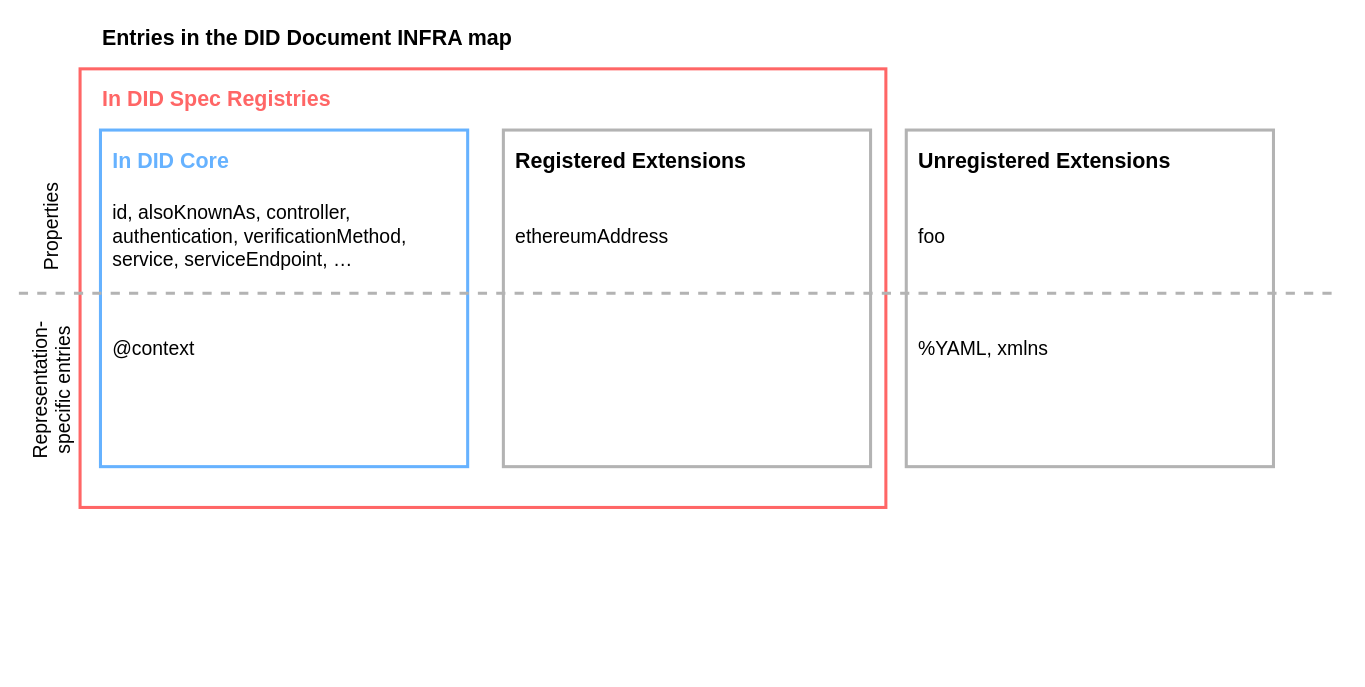
This is diagrams/diagram-did-document-entries.drawio from w3c/did-core, a draw.io file, before an edit. Source tidied: cells renumbered, new cells numbered last; positions are measured from the earlier drawing's top-left corner, leaving out a move shared by most shapes. Both pictures are drawn from the tidied source at 102%, with x=0, y=0 at pixel (-35, 17).
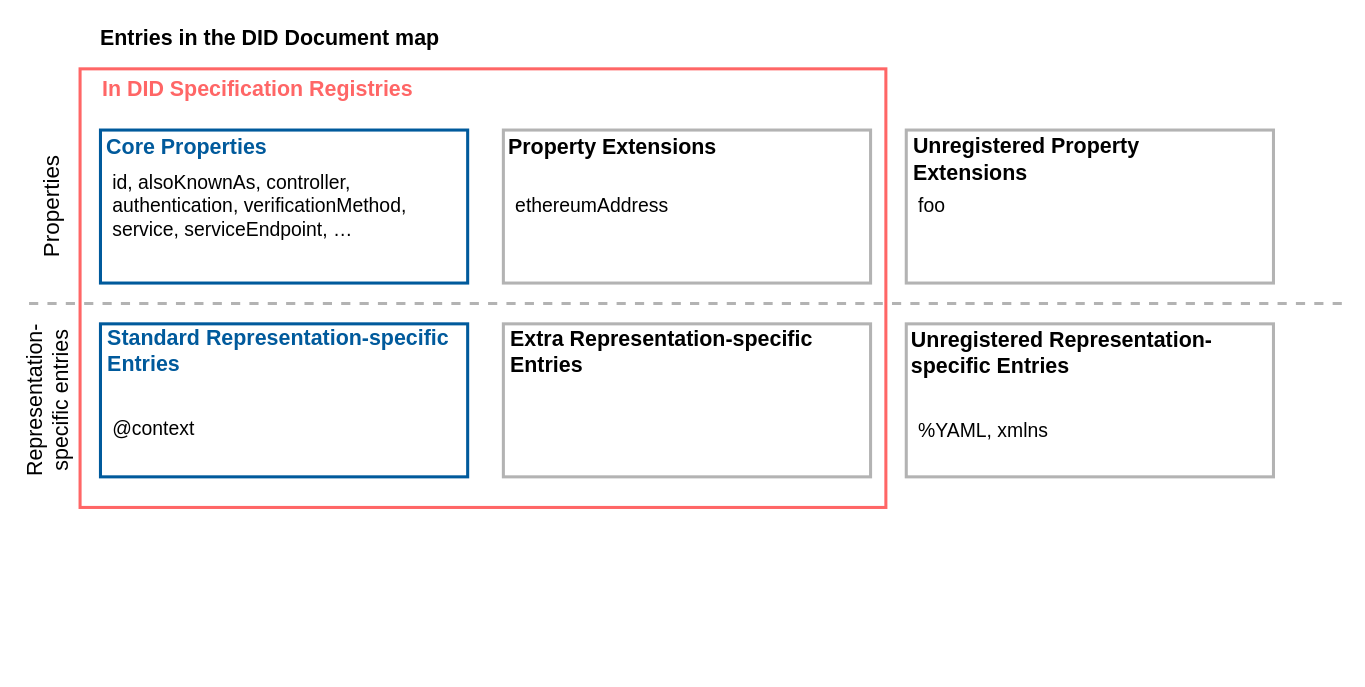
Above is the later version.

Commit message (it also covers changes not shown here):
Updated the data model diagram

What changed in the source:
```diff
@@
     <mxCell id="3" style="group;" parent="1" vertex="1">
-      <mxGeometry x="132" y="110" width="360" height="330" as="geometry" />
+      <mxGeometry x="132" y="110" width="360" height="150" as="geometry" />
     </mxCell>
-    <mxCell id="4" style="rounded=0;whiteSpace=wrap;html=1;strokeWidth=3;strokeColor=#66b2ff;" parent="3" vertex="1">
-      <mxGeometry width="360" height="330" as="geometry" />
+    <mxCell id="4" style="rounded=0;whiteSpace=wrap;html=1;strokeWidth=3;strokeColor=#005A9C;" parent="3" vertex="1">
+      <mxGeometry width="360" height="150" as="geometry" />
     </mxCell>
-    <mxCell id="5" value="&lt;font color=&quot;#66b2ff&quot; size=&quot;1&quot;&gt;&lt;b style=&quot;font-size: 21px&quot;&gt;In DID Core&lt;/b&gt;&lt;/font&gt;" style="text;html=1;strokeColor=none;fillColor=none;align=left;verticalAlign=middle;whiteSpace=wrap;rounded=0;" parent="3" vertex="1">
-      <mxGeometry x="10" y="20" width="160" height="20" as="geometry" />
+    <mxCell id="5" value="&lt;font size=&quot;1&quot; color=&quot;#005a9c&quot;&gt;&lt;b style=&quot;font-size: 21px&quot;&gt;Core Properties&lt;/b&gt;&lt;/font&gt;" style="text;html=1;strokeColor=none;fillColor=none;align=left;verticalAlign=middle;whiteSpace=wrap;rounded=0;" parent="3" vertex="1">
+      <mxGeometry x="4" y="11.1" width="300" height="9.1" as="geometry" />
     </mxCell>
     <mxCell id="6" value="&lt;font style=&quot;font-size: 19px&quot;&gt;id, alsoKnownAs, controller, authentication, verificationMethod, service, serviceEndpoint, …&lt;/font&gt;" style="text;html=1;strokeColor=none;fillColor=none;align=left;verticalAlign=middle;whiteSpace=wrap;rounded=0;" parent="3" vertex="1">
-      <mxGeometry x="10" y="50" width="340" height="110" as="geometry" />
+      <mxGeometry x="10" y="50" width="340" height="50" as="geometry" />
     </mxCell>
-    <mxCell id="7" value="&lt;font style=&quot;font-size: 19px&quot;&gt;@context&lt;/font&gt;" style="text;html=1;strokeColor=none;fillColor=none;align=left;verticalAlign=middle;whiteSpace=wrap;rounded=0;" parent="3" vertex="1">
-      <mxGeometry x="10" y="180" width="320" height="70" as="geometry" />
-    </mxCell>
@@
     <mxCell id="9" style="group;" parent="1" vertex="1">
-      <mxGeometry x="527" y="110" width="360" height="330" as="geometry" />
+      <mxGeometry x="527" y="110" width="360" height="150" as="geometry" />
     </mxCell>
     <mxCell id="10" style="rounded=0;whiteSpace=wrap;html=1;strokeWidth=3;strokeColor=#b3b3b3;" parent="9" vertex="1">
-      <mxGeometry width="360" height="330" as="geometry" />
+      <mxGeometry width="360" height="150" as="geometry" />
     </mxCell>
-    <mxCell id="11" value="&lt;font size=&quot;1&quot;&gt;&lt;b style=&quot;font-size: 21px&quot;&gt;Registered Extensions&lt;/b&gt;&lt;/font&gt;" style="text;html=1;strokeColor=none;fillColor=none;align=left;verticalAlign=middle;whiteSpace=wrap;rounded=0;" parent="9" vertex="1">
-      <mxGeometry x="10" y="20" width="260" height="20" as="geometry" />
+    <mxCell id="11" value="&lt;font size=&quot;1&quot;&gt;&lt;b style=&quot;font-size: 21px&quot;&gt;Property Extensions&lt;/b&gt;&lt;/font&gt;" style="text;html=1;strokeColor=none;fillColor=none;align=left;verticalAlign=middle;whiteSpace=wrap;rounded=0;" parent="9" vertex="1">
+      <mxGeometry x="3" y="11.1" width="330" height="9.1" as="geometry" />
     </mxCell>
     <mxCell id="12" value="&lt;font style=&quot;font-size: 19px&quot;&gt;ethereumAddress&lt;/font&gt;" style="text;html=1;strokeColor=none;fillColor=none;align=left;verticalAlign=middle;whiteSpace=wrap;rounded=0;" parent="9" vertex="1">
-      <mxGeometry x="10" y="50" width="340" height="110" as="geometry" />
+      <mxGeometry x="10" y="50" width="340" height="50" as="geometry" />
     </mxCell>
@@
     <mxCell id="14" style="group;" parent="1" vertex="1">
-      <mxGeometry x="922" y="110" width="360" height="330" as="geometry" />
+      <mxGeometry x="922" y="110" width="360" height="150" as="geometry" />
     </mxCell>
     <mxCell id="15" style="rounded=0;whiteSpace=wrap;html=1;strokeColor=#B3B3B3;strokeWidth=3;" parent="14" vertex="1">
-      <mxGeometry width="360" height="330" as="geometry" />
+      <mxGeometry width="360" height="150" as="geometry" />
     </mxCell>
-    <mxCell id="16" value="&lt;font size=&quot;1&quot;&gt;&lt;b style=&quot;font-size: 21px&quot;&gt;Unregistered Extensions&lt;/b&gt;&lt;/font&gt;" style="text;html=1;strokeColor=none;fillColor=none;align=left;verticalAlign=middle;whiteSpace=wrap;rounded=0;" parent="14" vertex="1">
-      <mxGeometry x="10" y="20" width="260" height="20" as="geometry" />
+    <mxCell id="16" value="&lt;font size=&quot;1&quot;&gt;&lt;b style=&quot;font-size: 21px&quot;&gt;Unregistered Property Extensions&lt;/b&gt;&lt;/font&gt;" style="text;html=1;strokeColor=none;fillColor=none;align=left;verticalAlign=middle;whiteSpace=wrap;rounded=0;" parent="14" vertex="1">
+      <mxGeometry x="5" y="23.1" width="260" height="9.1" as="geometry" />
     </mxCell>
     <mxCell id="17" value="&lt;font style=&quot;font-size: 19px&quot;&gt;foo&lt;/font&gt;" style="text;html=1;strokeColor=none;fillColor=none;align=left;verticalAlign=middle;whiteSpace=wrap;rounded=0;" parent="14" vertex="1">
-      <mxGeometry x="10" y="50" width="340" height="110" as="geometry" />
+      <mxGeometry x="10" y="50" width="340" height="50" as="geometry" />
     </mxCell>
-    <mxCell id="18" value="&lt;font style=&quot;font-size: 19px&quot;&gt;%YAML, xmlns&lt;/font&gt;" style="text;html=1;strokeColor=none;fillColor=none;align=left;verticalAlign=middle;whiteSpace=wrap;rounded=0;" parent="14" vertex="1">
-      <mxGeometry x="10" y="180" width="320" height="70" as="geometry" />
-    </mxCell>
@@
-    <mxCell id="20" style="endArrow=none;dashed=1;html=1;strokeWidth=3;strokeColor=#b3b3b3;" parent="14" edge="1">
-      <mxGeometry relative="1" as="geometry">
-        <mxPoint x="-870" y="160" as="sourcePoint" />
-        <mxPoint x="420" y="160" as="targetPoint" />
-      </mxGeometry>
-    </mxCell>
-    <mxCell id="21" value="&lt;font style=&quot;font-size: 19px&quot;&gt;Properties&lt;/font&gt;" style="text;html=1;strokeColor=none;fillColor=none;align=left;verticalAlign=middle;whiteSpace=wrap;rounded=0;rotation=-90;" parent="1" vertex="1">
+    <mxCell id="21" value="&lt;font style=&quot;font-size: 22px&quot;&gt;Properties&lt;/font&gt;" style="text;html=1;strokeColor=none;fillColor=none;align=center;verticalAlign=middle;whiteSpace=wrap;rounded=0;rotation=-90;" parent="1" vertex="1">
       <mxGeometry x="20" y="175" width="130" height="20" as="geometry" />
     </mxCell>
-    <mxCell id="22" value="&lt;font style=&quot;font-size: 19px&quot;&gt;Representation-specific entries&lt;/font&gt;" style="text;html=1;strokeColor=none;fillColor=none;align=center;verticalAlign=middle;whiteSpace=wrap;rounded=0;rotation=-90;" parent="1" vertex="1">
-      <mxGeometry y="345" width="170" height="40" as="geometry" />
+    <mxCell id="22" value="&lt;font style=&quot;font-size: 21px&quot;&gt;Representation-specific entries&lt;/font&gt;" style="text;html=1;strokeColor=none;fillColor=none;align=center;verticalAlign=middle;whiteSpace=wrap;rounded=0;rotation=-90;" parent="1" vertex="1">
+      <mxGeometry x="-5" y="355" width="170" height="40" as="geometry" />
     </mxCell>
-    <mxCell id="23" value="&lt;span style=&quot;font-family: &amp;#34;helvetica&amp;#34; ; font-style: normal ; letter-spacing: normal ; text-align: left ; text-indent: 0px ; text-transform: none ; word-spacing: 0px ; display: inline ; float: none&quot;&gt;&lt;b&gt;&lt;font color=&quot;#ff6666&quot; style=&quot;font-size: 21px&quot;&gt;In DID Spec Registries&lt;/font&gt;&lt;/b&gt;&lt;/span&gt;" style="text;whiteSpace=wrap;html=1;" parent="1" vertex="1">
-      <mxGeometry x="132" y="60" width="230" height="30" as="geometry" />
+    <mxCell id="23" value="&lt;span style=&quot;font-family: &amp;#34;helvetica&amp;#34; ; font-style: normal ; letter-spacing: normal ; text-align: left ; text-indent: 0px ; text-transform: none ; word-spacing: 0px ; display: inline ; float: none&quot;&gt;&lt;b&gt;&lt;font color=&quot;#ff6666&quot; style=&quot;font-size: 21px&quot;&gt;In DID Specification Registries&lt;/font&gt;&lt;/b&gt;&lt;/span&gt;" style="text;whiteSpace=wrap;html=1;" parent="1" vertex="1">
+      <mxGeometry x="132" y="50" width="421" height="30" as="geometry" />
     </mxCell>
-    <mxCell id="24" value="&lt;span style=&quot;color: rgb(0 , 0 , 0) ; font-family: &amp;#34;helvetica&amp;#34; ; font-style: normal ; letter-spacing: normal ; text-align: left ; text-indent: 0px ; text-transform: none ; word-spacing: 0px ; display: inline ; float: none&quot;&gt;&lt;b&gt;&lt;font style=&quot;font-size: 21px&quot;&gt;Entries in the DID Document INFRA map&lt;/font&gt;&lt;/b&gt;&lt;/span&gt;" style="text;whiteSpace=wrap;html=1;" parent="1" vertex="1">
-      <mxGeometry x="132" width="430" height="30" as="geometry" />
+    <mxCell id="24" value="&lt;span style=&quot;color: rgb(0 , 0 , 0) ; font-family: &amp;#34;helvetica&amp;#34; ; font-style: normal ; letter-spacing: normal ; text-align: left ; text-indent: 0px ; text-transform: none ; word-spacing: 0px ; display: inline ; float: none&quot;&gt;&lt;b&gt;&lt;font style=&quot;font-size: 21px&quot;&gt;Entries in the DID Document map&lt;/font&gt;&lt;/b&gt;&lt;/span&gt;" style="text;whiteSpace=wrap;html=1;" parent="1" vertex="1">
+      <mxGeometry x="130" width="430" height="30" as="geometry" />
     </mxCell>
+    <mxCell id="25" style="group;" parent="1" vertex="1">
+      <mxGeometry x="132" y="300" width="360" height="330" as="geometry" />
+    </mxCell>
+    <mxCell id="26" style="rounded=0;whiteSpace=wrap;html=1;strokeWidth=3;strokeColor=#005a9c;" parent="25" vertex="1">
+      <mxGeometry width="360" height="150" as="geometry" />
+    </mxCell>
+    <mxCell id="27" value="&lt;font size=&quot;1&quot; color=&quot;#005a9c&quot;&gt;&lt;b style=&quot;font-size: 21px&quot;&gt;Standard Representation-specific Entries&lt;/b&gt;&lt;/font&gt;" style="text;html=1;strokeColor=none;fillColor=none;align=left;verticalAlign=middle;whiteSpace=wrap;rounded=0;" parent="25" vertex="1">
+      <mxGeometry x="5" y="16" width="340" height="20" as="geometry" />
+    </mxCell>
+    <mxCell id="7" value="&lt;font style=&quot;font-size: 19px&quot;&gt;@context&lt;/font&gt;" style="text;html=1;strokeColor=none;fillColor=none;align=left;verticalAlign=middle;whiteSpace=wrap;rounded=0;" parent="25" vertex="1">
+      <mxGeometry x="10" y="70" width="320" height="65" as="geometry" />
+    </mxCell>
+    <mxCell id="28" style="edgeStyle=orthogonalEdgeStyle;rounded=0;orthogonalLoop=1;jettySize=auto;html=1;exitX=0.5;exitY=1;exitDx=0;exitDy=0;" parent="25" edge="1" source="27" target="27">
+      <mxGeometry relative="1" as="geometry" />
+    </mxCell>
+    <mxCell id="29" style="group;" parent="1" vertex="1">
+      <mxGeometry x="527" y="300" width="360" height="150" as="geometry" />
+    </mxCell>
+    <mxCell id="30" style="rounded=0;whiteSpace=wrap;html=1;strokeWidth=3;strokeColor=#b3b3b3;" parent="29" vertex="1">
+      <mxGeometry width="360" height="150" as="geometry" />
+    </mxCell>
+    <mxCell id="31" value="&lt;font size=&quot;1&quot;&gt;&lt;b style=&quot;font-size: 21px&quot;&gt;Extra Representation-specific Entries&lt;/b&gt;&lt;/font&gt;" style="text;html=1;strokeColor=none;fillColor=none;align=left;verticalAlign=middle;whiteSpace=wrap;rounded=0;" parent="29" vertex="1">
+      <mxGeometry x="5" y="23" width="338" height="8.9" as="geometry" />
+    </mxCell>
+    <mxCell id="32" style="edgeStyle=orthogonalEdgeStyle;rounded=0;orthogonalLoop=1;jettySize=auto;html=1;exitX=0.5;exitY=1;exitDx=0;exitDy=0;" parent="29" edge="1" source="31" target="31">
+      <mxGeometry relative="1" as="geometry" />
+    </mxCell>
+    <mxCell id="33" style="group;" parent="1" vertex="1">
+      <mxGeometry x="922" y="310" width="370" height="330" as="geometry" />
+    </mxCell>
+    <mxCell id="34" style="rounded=0;whiteSpace=wrap;html=1;strokeColor=#B3B3B3;strokeWidth=3;" parent="33" vertex="1">
+      <mxGeometry y="-10" width="360" height="150" as="geometry" />
+    </mxCell>
+    <mxCell id="35" value="&lt;font size=&quot;1&quot;&gt;&lt;b style=&quot;font-size: 21px&quot;&gt;Unregistered Representation-specific Entries&lt;/b&gt;&lt;/font&gt;" style="text;html=1;strokeColor=none;fillColor=none;align=left;verticalAlign=middle;whiteSpace=wrap;rounded=0;" parent="33" vertex="1">
+      <mxGeometry x="3" y="8" width="360" height="20" as="geometry" />
+    </mxCell>
+    <mxCell id="18" value="&lt;font style=&quot;font-size: 19px&quot;&gt;%YAML, xmlns&lt;/font&gt;" style="text;html=1;strokeColor=none;fillColor=none;align=left;verticalAlign=middle;whiteSpace=wrap;rounded=0;" parent="33" vertex="1">
+      <mxGeometry x="10" y="60" width="320" height="70" as="geometry" />
+    </mxCell>
+    <mxCell id="36" style="edgeStyle=orthogonalEdgeStyle;rounded=0;orthogonalLoop=1;jettySize=auto;html=1;exitX=0.5;exitY=1;exitDx=0;exitDy=0;" parent="33" edge="1" source="35" target="35">
+      <mxGeometry relative="1" as="geometry" />
+    </mxCell>
+    <mxCell id="20" style="endArrow=none;dashed=1;html=1;strokeWidth=3;strokeColor=#b3b3b3;" parent="1" edge="1">
+      <mxGeometry relative="1" as="geometry">
+        <mxPoint x="62" y="280" as="sourcePoint" />
+        <mxPoint x="1352" y="280" as="targetPoint" />
+      </mxGeometry>
+    </mxCell>
```
